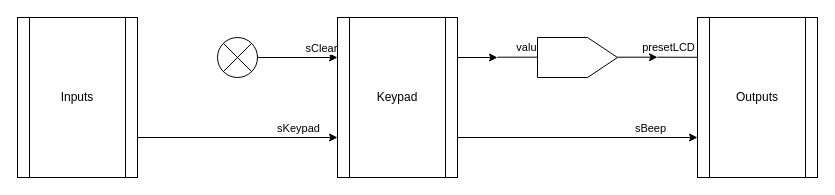
Above: KeypadPump.drawio in suzuki-taro-29/FRP-chap4-diagrams (draw.io), before the change. Source tidied: cells renumbered, new cells numbered last; positions are measured from the earlier drawing's top-left corner, leaving out a move shared by most shapes. Both pictures are drawn from the tidied source at 100%, with x=0, y=0 at pixel (17, 17).
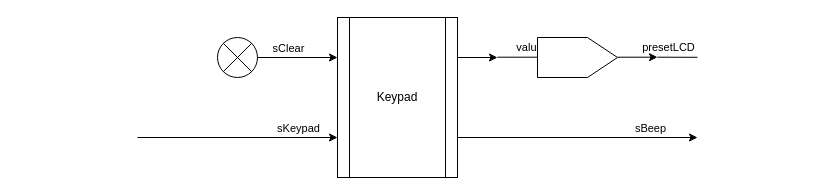
Above is the later version.

Unchanged cells that the change refers to:
```xml
<mxCell id="5" style="endArrow=classic;html=1;exitX=1;exitY=0.5;exitDx=0;exitDy=0;entryX=0;entryY=0.25;entryDx=0;entryDy=0;" parent="1" edge="1" source="4" target="7">
  <mxGeometry relative="1" as="geometry" />
</mxCell>
<mxCell id="7" value="Keypad" style="shape=process;whiteSpace=wrap;html=1;backgroundOutline=1;" parent="1" vertex="1">
  <mxGeometry x="320" width="120" height="160" as="geometry" />
</mxCell>
```

Change to the diagram source:
```diff
@@
-    <mxCell id="2" value="Inputs" style="shape=process;whiteSpace=wrap;html=1;backgroundOutline=1;" parent="1" vertex="1">
-      <mxGeometry width="120" height="160" as="geometry" />
-    </mxCell>
-    <mxCell id="3" value="Outputs" style="shape=process;whiteSpace=wrap;html=1;backgroundOutline=1;" parent="1" vertex="1">
-      <mxGeometry x="680" width="120" height="160" as="geometry" />
-    </mxCell>
@@
     <mxCell id="6" value="sClear" style="edgeLabel;html=1;align=center;verticalAlign=middle;" parent="5" vertex="1">
       <mxGeometry x="0.61" y="2" relative="1" as="geometry">
-        <mxPoint x="-1" y="-8" as="offset" />
+        <mxPoint x="-34" y="-8" as="offset" />
       </mxGeometry>
     </mxCell>
@@
-    <mxCell id="11" style="endArrow=classic;html=1;entryX=0;entryY=0.75;entryDx=0;entryDy=0;exitX=1;exitY=0.75;exitDx=0;exitDy=0;" parent="1" edge="1" source="2" target="7">
-      <mxGeometry relative="1" as="geometry" />
+    <mxCell id="11" style="endArrow=classic;html=1;entryX=0;entryY=0.75;entryDx=0;entryDy=0;exitX=1;exitY=0.75;exitDx=0;exitDy=0;" parent="1" edge="1" target="7">
+      <mxGeometry relative="1" as="geometry">
+        <mxPoint x="120" y="120" as="sourcePoint" />
+      </mxGeometry>
     </mxCell>
@@
-    <mxCell id="17" style="endArrow=classic;html=1;entryX=0;entryY=0.75;entryDx=0;entryDy=0;exitX=1;exitY=0.75;exitDx=0;exitDy=0;" parent="1" edge="1" target="3">
+    <mxCell id="17" style="endArrow=classic;html=1;entryX=0;entryY=0.75;entryDx=0;entryDy=0;exitX=1;exitY=0.75;exitDx=0;exitDy=0;" parent="1" edge="1">
       <mxGeometry relative="1" as="geometry">
         <mxPoint x="440" y="120" as="sourcePoint" />
+        <mxPoint x="680" y="120" as="targetPoint" />
       </mxGeometry>
     </mxCell>
```
